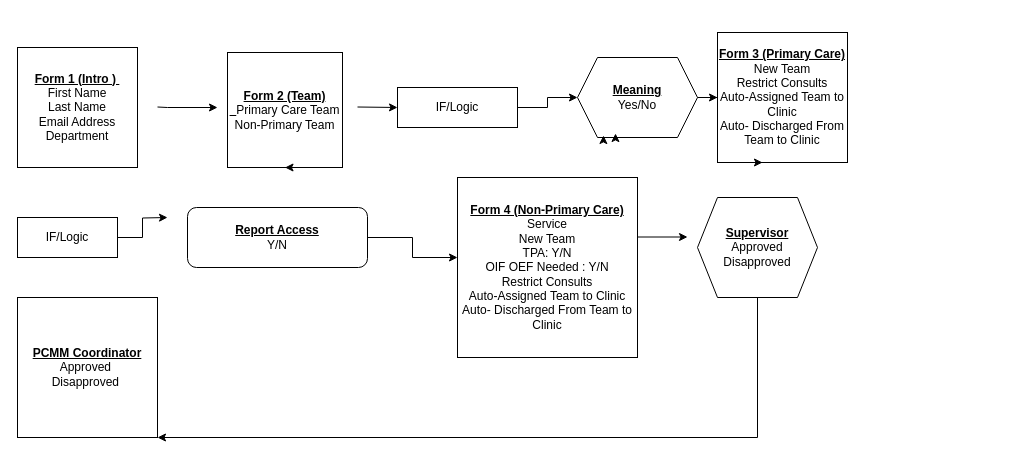
Earlier version of the draw.io diagram Copy of PCMM Basic LEAF DRAFT.drawio (Edward-Bailey1/PCMM). Source tidied: cells renumbered, new cells numbered last; positions are measured from the earlier drawing's top-left corner, leaving out a move shared by most shapes. Both pictures are drawn from the tidied source at 100%, with x=0, y=0 at pixel (17, 32).
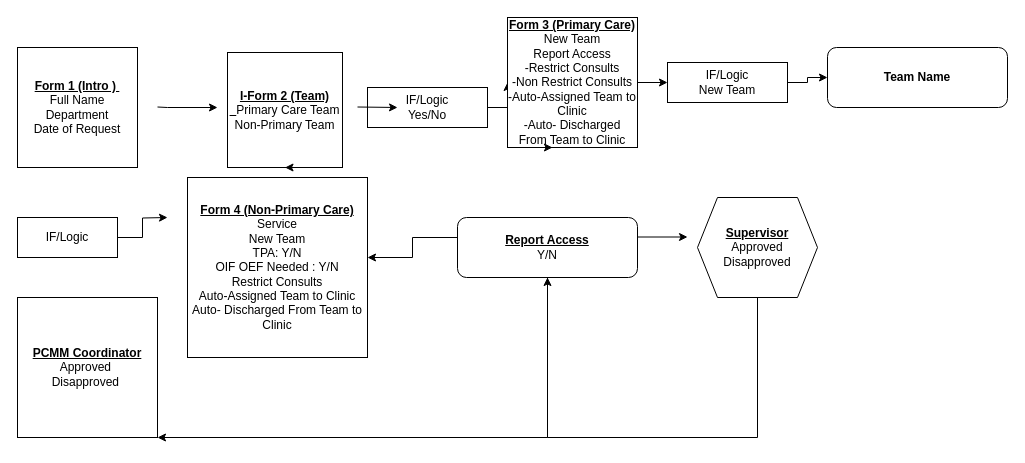
The same page after the edit.

The change refers to these unchanged cells:
```xml
<mxCell id="19" value="&lt;u style=&quot;font-weight: bold;&quot;&gt;Supervisor&lt;/u&gt;&lt;br&gt;Approved&lt;br&gt;Disapproved" style="shape=hexagon;perimeter=hexagonPerimeter2;whiteSpace=wrap;html=1;fixedSize=1;" parent="1" vertex="1">
  <mxGeometry x="680" y="165" width="120" height="100" as="geometry" />
</mxCell>
<mxCell id="20" value="&lt;b style=&quot;text-decoration-line: underline;&quot;&gt;PCMM Coordinator&lt;/b&gt;&lt;br&gt;Approved&amp;nbsp;&lt;br&gt;Disapproved&amp;nbsp;" style="whiteSpace=wrap;html=1;" parent="1" vertex="1">
  <mxGeometry y="265" width="140" height="140" as="geometry" />
</mxCell>
```

Diff of the diagram source:
```diff
@@
-    <mxCell id="2" value="&lt;b&gt;&lt;u&gt;Form 1 (Intro )&amp;nbsp;&lt;br&gt;&lt;/u&gt;&lt;/b&gt;First Name&lt;br&gt;Last Name&lt;br&gt;Email Address&lt;br&gt;Department" style="whiteSpace=wrap;html=1;" parent="1" vertex="1">
+    <mxCell id="2" value="&lt;b&gt;&lt;u&gt;Form 1 (Intro )&amp;nbsp;&lt;br&gt;&lt;/u&gt;&lt;/b&gt;Full Name&lt;br&gt;Department&lt;br&gt;Date of Request" style="whiteSpace=wrap;html=1;" parent="1" vertex="1">
       <mxGeometry y="15" width="120" height="120" as="geometry" />
     </mxCell>
@@
-    <mxCell id="4" value="&lt;u style=&quot;font-weight: bold;&quot;&gt;Form 2 (Team)&lt;br&gt;&amp;nbsp;&amp;nbsp;&lt;/u&gt;Primary Care Team&lt;br&gt;Non-Primary Team" style="whiteSpace=wrap;html=1;" parent="1" vertex="1">
+    <mxCell id="4" value="&lt;u style=&quot;font-weight: bold;&quot;&gt;I-Form 2 (Team)&lt;br&gt;&amp;nbsp;&amp;nbsp;&lt;/u&gt;Primary Care Team&lt;br&gt;Non-Primary Team" style="whiteSpace=wrap;html=1;" parent="1" vertex="1">
       <mxGeometry x="210" y="20" width="115" height="115" as="geometry" />
     </mxCell>
-    <mxCell id="5" style="edgeStyle=orthogonalEdgeStyle;rounded=0;jettySize=auto;html=1;" parent="1" edge="1" source="6" target="9">
-      <mxGeometry relative="1" as="geometry" />
-    </mxCell>
+    <mxCell id="24" style="edgeStyle=orthogonalEdgeStyle;rounded=0;jettySize=auto;html=1;" parent="1" edge="1" source="6" target="10">
+      <mxGeometry relative="1" as="geometry" />
+    </mxCell>
-    <mxCell id="6" value="IF/Logic" style="rounded=0;whiteSpace=wrap;html=1;" parent="1" vertex="1">
-      <mxGeometry x="380" y="55" width="120" height="40" as="geometry" />
+    <mxCell id="6" value="IF/Logic &lt;br&gt;Yes/No" style="rounded=0;whiteSpace=wrap;html=1;" parent="1" vertex="1">
+      <mxGeometry x="350" y="55" width="120" height="40" as="geometry" />
     </mxCell>
@@
-    <mxCell id="8" style="edgeStyle=orthogonalEdgeStyle;rounded=0;jettySize=auto;html=1;" parent="1" edge="1" source="9" target="10">
-      <mxGeometry relative="1" as="geometry" />
-    </mxCell>
-    <mxCell id="9" value="&lt;b style=&quot;text-decoration-line: underline;&quot;&gt;Meaning&lt;/b&gt;&lt;br&gt;Yes/No" style="shape=hexagon;perimeter=hexagonPerimeter2;whiteSpace=wrap;html=1;fixedSize=1;" parent="1" vertex="1">
-      <mxGeometry x="560" y="25" width="120" height="80" as="geometry" />
-    </mxCell>
+    <mxCell id="25" style="edgeStyle=orthogonalEdgeStyle;rounded=0;jettySize=auto;html=1;" parent="1" edge="1" source="10" target="28">
+      <mxGeometry relative="1" as="geometry" />
+    </mxCell>
-    <mxCell id="10" value="&lt;b style=&quot;text-decoration-line: underline;&quot;&gt;Form 3 (Primary Care)&lt;/b&gt;&lt;br&gt;New Team&lt;br&gt;Restrict Consults&lt;br&gt;Auto-Assigned Team to Clinic&lt;br&gt;Auto- Discharged From Team to Clinic" style="whiteSpace=wrap;html=1;" parent="1" vertex="1">
-      <mxGeometry x="700" width="130" height="130" as="geometry" />
+    <mxCell id="10" value="&lt;b style=&quot;text-decoration-line: underline;&quot;&gt;Form 3 (Primary Care)&lt;/b&gt;&lt;br&gt;New Team&lt;br&gt;Report Access&lt;br&gt;-Restrict Consults&lt;br&gt;-Non Restrict Consults&lt;br&gt;-Auto-Assigned Team to Clinic&lt;br&gt;-Auto- Discharged From Team to Clinic" style="whiteSpace=wrap;html=1;" parent="1" vertex="1">
+      <mxGeometry x="490" y="-15" width="130" height="130" as="geometry" />
     </mxCell>
     <mxCell id="11" value="&lt;b style=&quot;text-decoration-line: underline;&quot;&gt;Form 4 (Non-Primary Care)&lt;br&gt;&lt;/b&gt;Service&lt;br&gt;New Team&lt;br&gt;TPA: Y/N&lt;br&gt;OIF OEF Needed : Y/N&lt;br&gt;Restrict Consults&lt;br&gt;Auto-Assigned Team to Clinic&lt;br style=&quot;border-color: var(--border-color);&quot;&gt;Auto- Discharged From Team to Clinic" style="whiteSpace=wrap;html=1;" parent="1" vertex="1">
-      <mxGeometry x="440" y="145" width="180" height="180" as="geometry" />
+      <mxGeometry x="170" y="145" width="180" height="180" as="geometry" />
     </mxCell>
@@
-    <mxCell id="15" value="&lt;b style=&quot;text-decoration-line: underline;&quot;&gt;Report Access&lt;/b&gt;&lt;br&gt;Y/N" style="rounded=1;whiteSpace=wrap;html=1;" parent="1" vertex="1">
-      <mxGeometry x="170" y="175" width="180" height="60" as="geometry" />
-    </mxCell>
-    <mxCell id="16" style="edgeStyle=orthogonalEdgeStyle;rounded=0;orthogonalLoop=1;jettySize=auto;html=1;exitX=0.375;exitY=1;exitDx=0;exitDy=0;entryX=0.317;entryY=0.95;entryDx=0;entryDy=0;entryPerimeter=0;" parent="1" edge="1" source="9" target="9">
-      <mxGeometry relative="1" as="geometry" />
-    </mxCell>
@@
-    <mxCell id="18" style="edgeStyle=orthogonalEdgeStyle;rounded=0;jettySize=auto;html=1;" parent="1" edge="1" source="19" target="20">
+    <mxCell id="18" style="edgeStyle=orthogonalEdgeStyle;rounded=0;jettySize=auto;html=1;" parent="1" edge="1" source="15" target="20">
       <mxGeometry relative="1" as="geometry">
         <Array as="points">
-          <mxPoint x="740" y="405" />
           <mxPoint x="90" y="405" />
         </Array>
       </mxGeometry>
     </mxCell>
@@
-    <mxCell id="22" style="edgeStyle=orthogonalEdgeStyle;rounded=0;orthogonalLoop=1;jettySize=auto;html=1;exitX=0.5;exitY=1;exitDx=0;exitDy=0;entryX=0.217;entryY=0.975;entryDx=0;entryDy=0;entryPerimeter=0;" parent="1" edge="1" source="9" target="9">
-      <mxGeometry relative="1" as="geometry" />
-    </mxCell>
@@
+    <mxCell id="26" value="&lt;b&gt;Team Name&lt;/b&gt;" style="rounded=1;whiteSpace=wrap;html=1;" parent="1" vertex="1">
+      <mxGeometry x="810" y="15" width="180" height="60" as="geometry" />
+    </mxCell>
+    <mxCell id="27" style="edgeStyle=orthogonalEdgeStyle;rounded=0;jettySize=auto;html=1;" parent="1" edge="1" source="28" target="26">
+      <mxGeometry relative="1" as="geometry" />
+    </mxCell>
+    <mxCell id="28" value="IF/Logic &lt;br&gt;New Team" style="rounded=0;whiteSpace=wrap;html=1;" parent="1" vertex="1">
+      <mxGeometry x="650" y="30" width="120" height="40" as="geometry" />
+    </mxCell>
+    <mxCell id="29" style="edgeStyle=orthogonalEdgeStyle;rounded=0;jettySize=auto;html=1;" parent="1" edge="1" source="19" target="15">
+      <mxGeometry relative="1" as="geometry">
+        <Array as="points">
+          <mxPoint x="740" y="405" />
+        </Array>
+      </mxGeometry>
+    </mxCell>
+    <mxCell id="15" value="&lt;b style=&quot;text-decoration-line: underline;&quot;&gt;Report Access&lt;/b&gt;&lt;br&gt;Y/N" style="rounded=1;whiteSpace=wrap;html=1;" parent="1" vertex="1">
+      <mxGeometry x="440" y="185" width="180" height="60" as="geometry" />
+    </mxCell>
```
